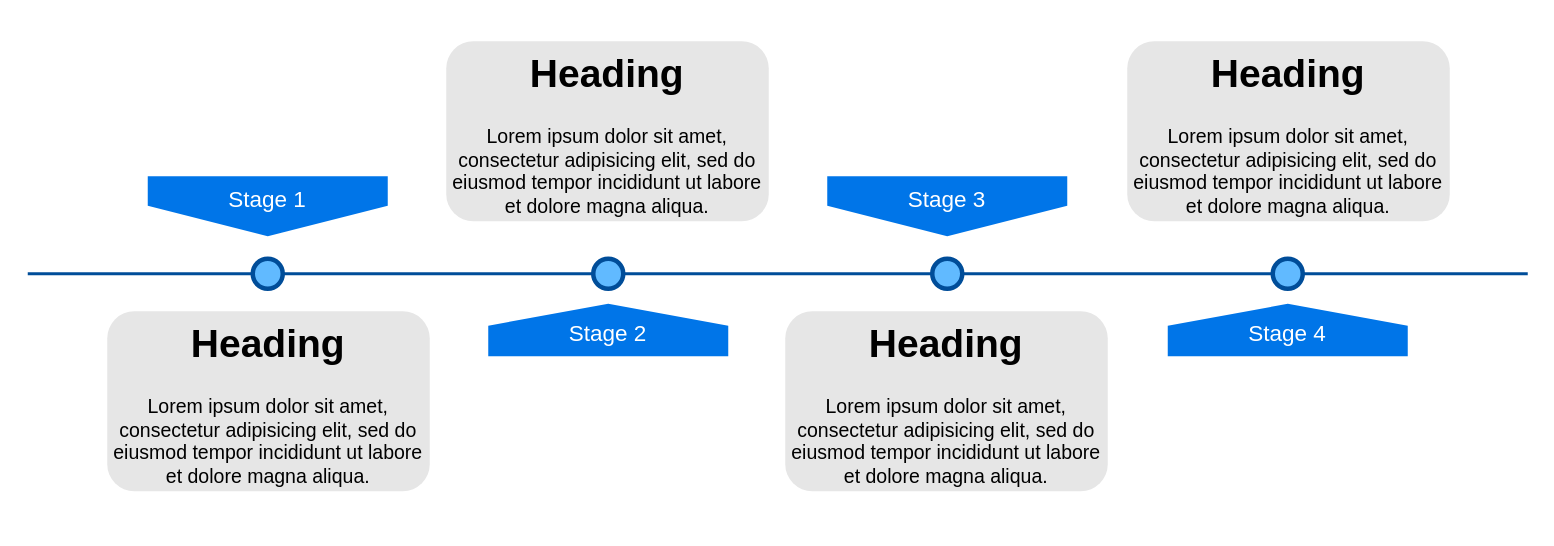
The draw.io diagram Untitled Diagram.drawio in codevalley/ParsePushTest, before the edit. Source tidied: cells renumbered, new cells numbered last; positions are measured from the earlier drawing's top-left corner, leaving out a move shared by most shapes. Both pictures are drawn from the tidied source at 150%, with x=0, y=0 at pixel (27, 40).
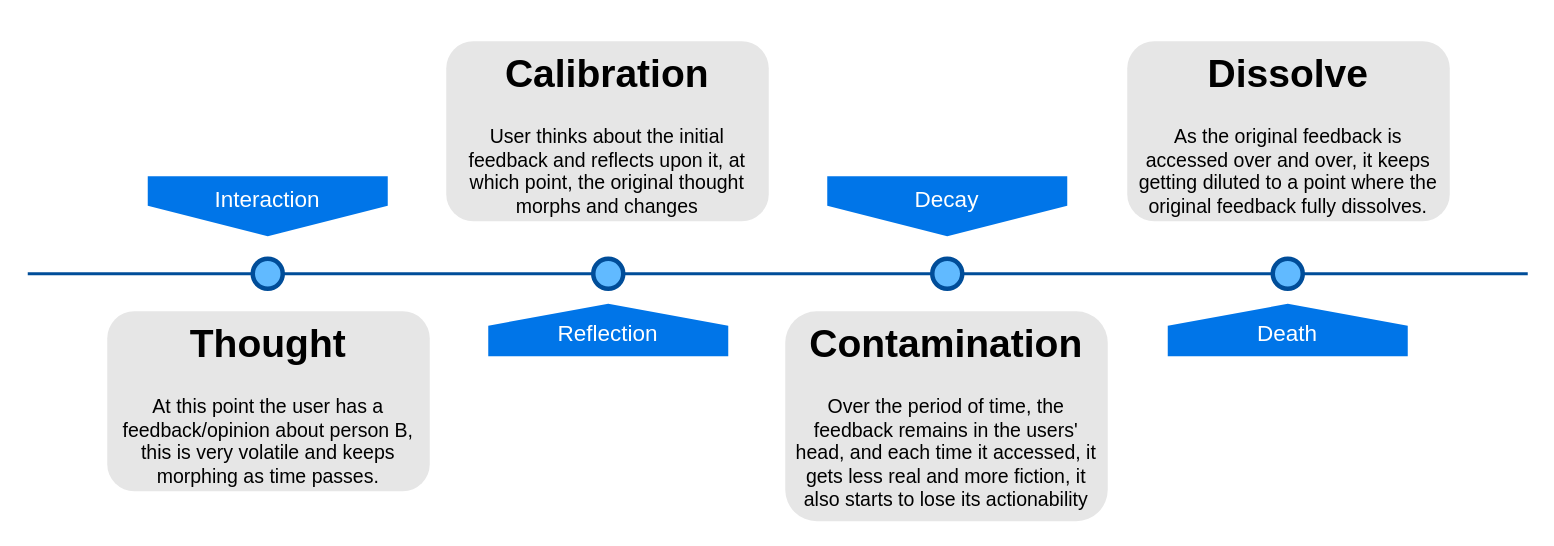
Above is the later version.

The edit, as a diff of the source:
```diff
@@
 <mxGraphModel>
   <root>
     <mxCell id="0" />
     <mxCell id="1" parent="0" />
     <mxCell id="2" style="line;strokeWidth=2;html=1;fillColor=none;fontSize=28;fontColor=#004D99;strokeColor=#004D99;" parent="1" vertex="1">
       <mxGeometry y="150" width="1000" height="10" as="geometry" />
     </mxCell>
-    <mxCell id="3" value="Stage 1" style="shape=offPageConnector;whiteSpace=wrap;html=1;fillColor=#0075E8;fontSize=15;fontColor=#FFFFFF;size=0.5093750000000015;verticalAlign=top;strokeColor=none;" parent="1" vertex="1">
+    <mxCell id="3" value="Interaction" style="shape=offPageConnector;whiteSpace=wrap;html=1;fillColor=#0075E8;fontSize=15;fontColor=#FFFFFF;size=0.5093750000000015;verticalAlign=top;strokeColor=none;" parent="1" vertex="1">
       <mxGeometry x="80" y="90" width="160" height="40" as="geometry" />
     </mxCell>
-    <mxCell id="4" value="&lt;span&gt;Stage 3&lt;/span&gt;" style="shape=offPageConnector;whiteSpace=wrap;html=1;fillColor=#0075E8;fontSize=15;fontColor=#FFFFFF;size=0.5093750000000015;verticalAlign=top;strokeColor=none;" parent="1" vertex="1">
+    <mxCell id="4" value="&lt;span&gt;Decay&lt;/span&gt;" style="shape=offPageConnector;whiteSpace=wrap;html=1;fillColor=#0075E8;fontSize=15;fontColor=#FFFFFF;size=0.5093750000000015;verticalAlign=top;strokeColor=none;" parent="1" vertex="1">
       <mxGeometry x="533" y="90" width="160" height="40" as="geometry" />
     </mxCell>
-    <mxCell id="5" value="&lt;span&gt;Stage 2&lt;/span&gt;" style="shape=offPageConnector;whiteSpace=wrap;html=1;fillColor=#0075E8;fontSize=15;fontColor=#FFFFFF;size=0.4178571428571445;flipV=1;verticalAlign=bottom;strokeColor=none;spacingBottom=4;" parent="1" vertex="1">
+    <mxCell id="5" value="Reflection" style="shape=offPageConnector;whiteSpace=wrap;html=1;fillColor=#0075E8;fontSize=15;fontColor=#FFFFFF;size=0.4178571428571445;flipV=1;verticalAlign=bottom;strokeColor=none;spacingBottom=4;" parent="1" vertex="1">
       <mxGeometry x="307" y="175" width="160" height="35" as="geometry" />
     </mxCell>
-    <mxCell id="6" value="&lt;span&gt;Stage 4&lt;/span&gt;" style="shape=offPageConnector;whiteSpace=wrap;html=1;fillColor=#0075E8;fontSize=15;fontColor=#FFFFFF;size=0.4178571428571445;flipV=1;verticalAlign=bottom;strokeColor=none;spacingBottom=4;" parent="1" vertex="1">
+    <mxCell id="6" value="&lt;span&gt;Death&lt;/span&gt;" style="shape=offPageConnector;whiteSpace=wrap;html=1;fillColor=#0075E8;fontSize=15;fontColor=#FFFFFF;size=0.4178571428571445;flipV=1;verticalAlign=bottom;strokeColor=none;spacingBottom=4;" parent="1" vertex="1">
       <mxGeometry x="760" y="175" width="160" height="35" as="geometry" />
     </mxCell>
     <mxCell id="7" style="ellipse;whiteSpace=wrap;html=1;fillColor=#61BAFF;fontSize=28;fontColor=#004D99;strokeWidth=3;strokeColor=#004D99;" parent="1" vertex="1">
       <mxGeometry x="150" y="145" width="20" height="20" as="geometry" />
     </mxCell>
     <mxCell id="8" style="ellipse;whiteSpace=wrap;html=1;fillColor=#61BAFF;fontSize=28;fontColor=#004D99;strokeWidth=3;strokeColor=#004D99;" parent="1" vertex="1">
       <mxGeometry x="377" y="145" width="20" height="20" as="geometry" />
     </mxCell>
     <mxCell id="9" style="ellipse;whiteSpace=wrap;html=1;fillColor=#61BAFF;fontSize=28;fontColor=#004D99;strokeWidth=3;strokeColor=#004D99;" parent="1" vertex="1">
       <mxGeometry x="603" y="145" width="20" height="20" as="geometry" />
     </mxCell>
     <mxCell id="10" style="ellipse;whiteSpace=wrap;html=1;fillColor=#61BAFF;fontSize=28;fontColor=#004D99;strokeWidth=3;strokeColor=#004D99;" parent="1" vertex="1">
       <mxGeometry x="830" y="145" width="20" height="20" as="geometry" />
     </mxCell>
-    <mxCell id="11" value="&lt;h1&gt;Heading&lt;/h1&gt;&lt;p&gt;Lorem ipsum dolor sit amet, consectetur adipisicing elit, sed do eiusmod tempor incididunt ut labore et dolore magna aliqua.&lt;/p&gt;" style="text;html=1;spacing=5;spacingTop=-20;whiteSpace=wrap;overflow=hidden;strokeColor=none;strokeWidth=3;fillColor=#E6E6E6;fontSize=13;fontColor=#000000;align=center;rounded=1;" parent="1" vertex="1">
+    <mxCell id="11" value="&lt;h1&gt;Thought&lt;/h1&gt;&lt;p&gt;At this point the user has a feedback/opinion about person B, this is very volatile and keeps morphing as time passes.&lt;/p&gt;" style="text;html=1;spacing=5;spacingTop=-20;whiteSpace=wrap;overflow=hidden;strokeColor=none;strokeWidth=3;fillColor=#E6E6E6;fontSize=13;fontColor=#000000;align=center;rounded=1;" parent="1" vertex="1">
       <mxGeometry x="53" y="180" width="215" height="120" as="geometry" />
     </mxCell>
-    <mxCell id="12" value="&lt;h1&gt;Heading&lt;/h1&gt;&lt;p&gt;Lorem ipsum dolor sit amet, consectetur adipisicing elit, sed do eiusmod tempor incididunt ut labore et dolore magna aliqua.&lt;/p&gt;" style="text;html=1;spacing=5;spacingTop=-20;whiteSpace=wrap;overflow=hidden;strokeColor=none;strokeWidth=3;fillColor=#E6E6E6;fontSize=13;fontColor=#000000;align=center;rounded=1;" parent="1" vertex="1">
+    <mxCell id="12" value="&lt;h1&gt;Calibration&lt;/h1&gt;&lt;p&gt;User thinks about the initial feedback and reflects upon it, at which point, the original thought morphs and changes&lt;/p&gt;" style="text;html=1;spacing=5;spacingTop=-20;whiteSpace=wrap;overflow=hidden;strokeColor=none;strokeWidth=3;fillColor=#E6E6E6;fontSize=13;fontColor=#000000;align=center;rounded=1;" parent="1" vertex="1">
       <mxGeometry x="279" width="215" height="120" as="geometry" />
     </mxCell>
-    <mxCell id="13" value="&lt;h1&gt;Heading&lt;/h1&gt;&lt;p&gt;Lorem ipsum dolor sit amet, consectetur adipisicing elit, sed do eiusmod tempor incididunt ut labore et dolore magna aliqua.&lt;/p&gt;" style="text;html=1;spacing=5;spacingTop=-20;whiteSpace=wrap;overflow=hidden;strokeColor=none;strokeWidth=3;fillColor=#E6E6E6;fontSize=13;fontColor=#000000;align=center;rounded=1;" parent="1" vertex="1">
-      <mxGeometry x="505" y="180" width="215" height="120" as="geometry" />
+    <mxCell id="13" value="&lt;h1&gt;Contamination&lt;/h1&gt;&lt;p&gt;Over the period of time, the feedback remains in the users' head, and each time it accessed, it gets less real and more fiction, it also starts to lose its actionability&lt;/p&gt;" style="text;html=1;spacing=5;spacingTop=-20;whiteSpace=wrap;overflow=hidden;strokeColor=none;strokeWidth=3;fillColor=#E6E6E6;fontSize=13;fontColor=#000000;align=center;rounded=1;" parent="1" vertex="1">
+      <mxGeometry x="505" y="180" width="215" height="140" as="geometry" />
     </mxCell>
-    <mxCell id="14" value="&lt;h1&gt;Heading&lt;/h1&gt;&lt;p&gt;Lorem ipsum dolor sit amet, consectetur adipisicing elit, sed do eiusmod tempor incididunt ut labore et dolore magna aliqua.&lt;/p&gt;" style="text;html=1;spacing=5;spacingTop=-20;whiteSpace=wrap;overflow=hidden;strokeColor=none;strokeWidth=3;fillColor=#E6E6E6;fontSize=13;fontColor=#000000;align=center;rounded=1;" parent="1" vertex="1">
+    <mxCell id="14" value="&lt;h1&gt;Dissolve&lt;/h1&gt;&lt;p&gt;As the original feedback is accessed over and over, it keeps getting diluted to a point where the original feedback fully dissolves.&lt;/p&gt;" style="text;html=1;spacing=5;spacingTop=-20;whiteSpace=wrap;overflow=hidden;strokeColor=none;strokeWidth=3;fillColor=#E6E6E6;fontSize=13;fontColor=#000000;align=center;rounded=1;" parent="1" vertex="1">
       <mxGeometry x="733" width="215" height="120" as="geometry" />
     </mxCell>
   </root>
 </mxGraphModel>
```
